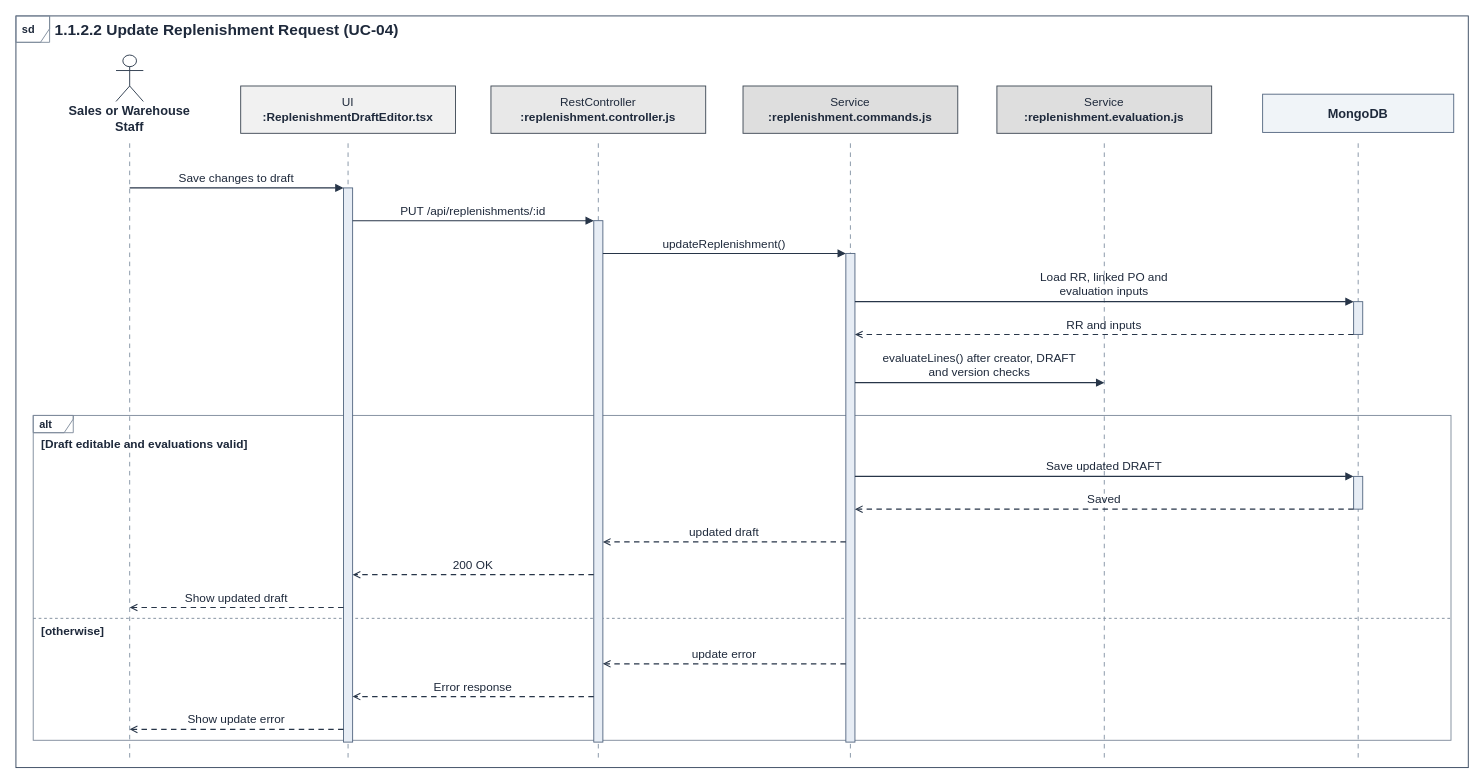
This is page "1.1.2.2 Update Replenishment Request (UC-04)" (3 of 26) of git_doc/docs/04_so_do/WMSD_BF01_Diagrams.drawio from bupbalabup/wmsd_be, a draw.io file, before an edit. Source tidied: cells renumbered, new cells numbered last; positions are measured from the earlier drawing's top-left corner, leaving out a move shared by most shapes. Both pictures are drawn from the tidied source at 91%, with x=0, y=0 at pixel (11, 11).
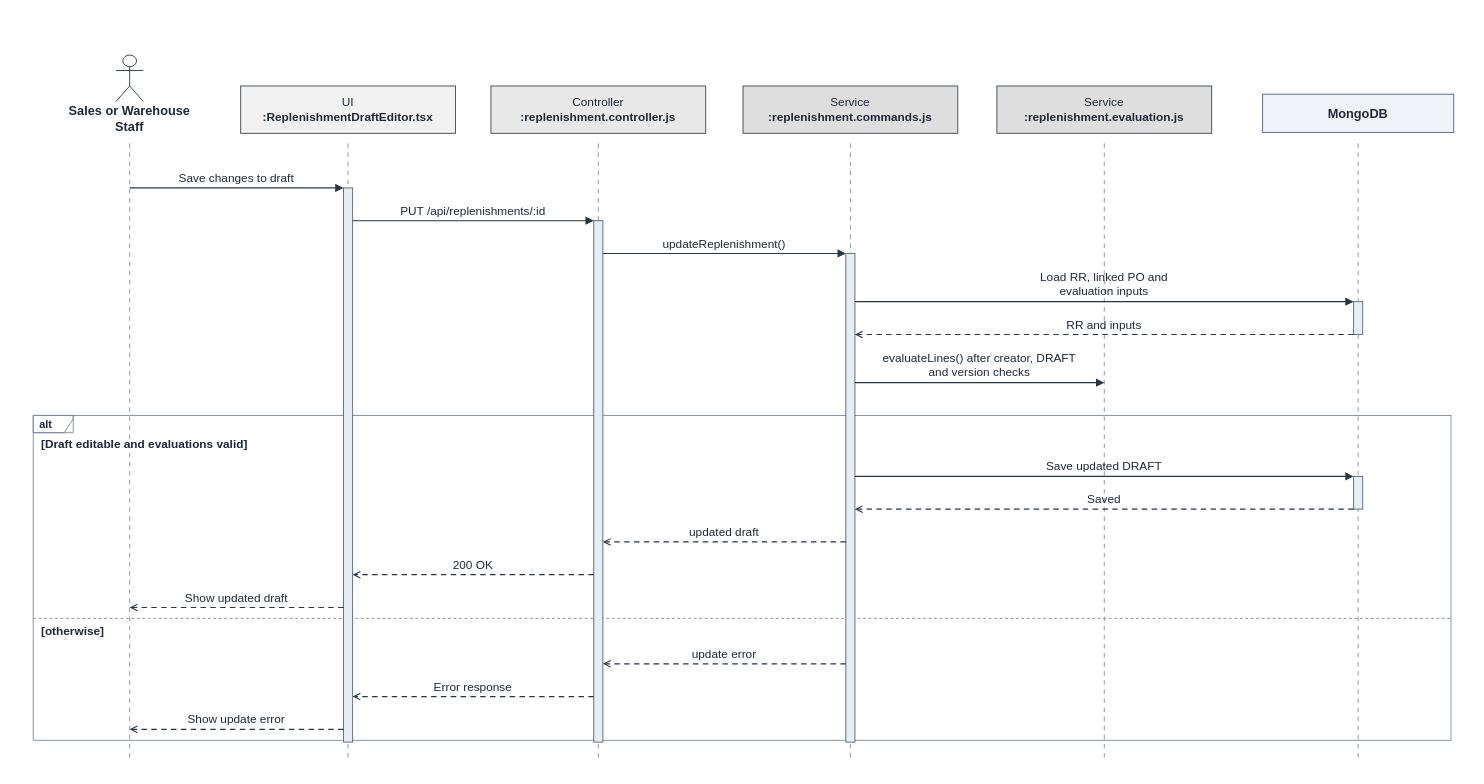
The same diagram, later.

What changed in the source:
```diff
@@
-    <mxCell id="6" style="rounded=0;fillColor=none;strokeColor=#34455C;strokeWidth=1;" parent="2" vertex="1">
-      <mxGeometry x="5" y="5" width="1596" height="826" as="geometry" />
-    </mxCell>
-    <mxCell id="7" style="shape=umlFrame;html=0;fillColor=none;strokeColor=#7C899A;width=37;height=29;" parent="2" vertex="1">
-      <mxGeometry x="5" y="5" width="37" height="29" as="geometry" />
-    </mxCell>
@@
-    <mxCell id="60" value="sd" style="text;html=0;strokeColor=none;fillColor=none;spacing=0;align=left;verticalAlign=middle;whiteSpace=nowrap;overflow=visible;fontFamily=Arial;fontSize=12;fontColor=#1E293B;fontStyle=1;" parent="42" vertex="1">
-      <mxGeometry x="12" y="6" width="25" height="27" as="geometry" />
-    </mxCell>
-    <mxCell id="61" value="1.1.2.2 Update Replenishment Request (UC-04)" style="text;html=0;strokeColor=none;fillColor=none;spacing=0;align=left;verticalAlign=middle;whiteSpace=nowrap;overflow=visible;fontFamily=Arial;fontSize=17;fontColor=#1E293B;fontStyle=1;" parent="42" vertex="1">
-      <mxGeometry x="48" y="6" width="1546" height="26" as="geometry" />
-    </mxCell>
@@
-    <mxCell id="64" value="RestController&lt;br/&gt;&lt;b&gt;:replenishment.controller.js&lt;/b&gt;" style="text;html=1;strokeColor=none;fillColor=none;spacing=0;align=center;verticalAlign=middle;whiteSpace=wrap;fontFamily=Arial;fontSize=13;fontColor=#1E293B;" parent="42" vertex="1">
+    <mxCell id="64" value="Controller&lt;br/&gt;&lt;b&gt;:replenishment.controller.js&lt;/b&gt;" style="text;html=1;strokeColor=none;fillColor=none;spacing=0;align=center;verticalAlign=middle;whiteSpace=wrap;fontFamily=Arial;fontSize=13;fontColor=#1E293B;" parent="42" vertex="1">
       <mxGeometry x="529" y="83" width="232" height="50" as="geometry" />
     </mxCell>
```
